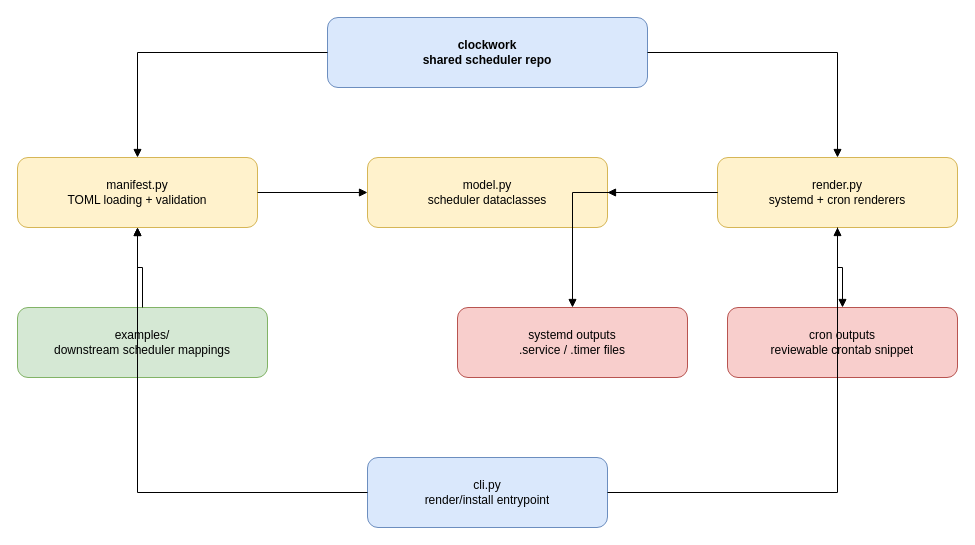
Earlier version of the draw.io diagram docs/diagrams/repo-architecture.drawio (casonk/tachometer). Source tidied: cells renumbered, new cells numbered last; positions are measured from the earlier drawing's top-left corner, leaving out a move shared by most shapes. Both pictures are drawn from the tidied source at 100%, with x=0, y=0 at pixel (17, 17).
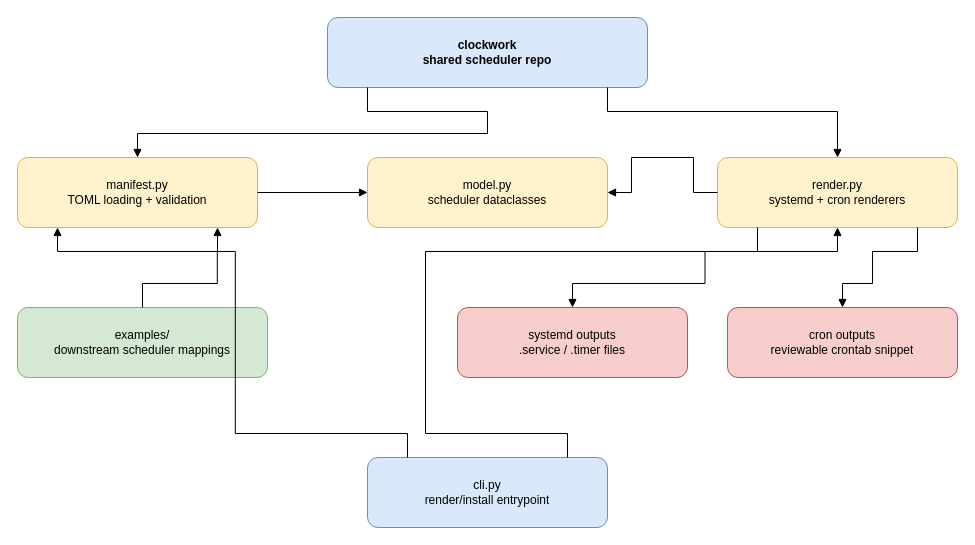
The same diagram, later.

Unchanged cells that the change refers to:
```xml
<mxCell id="2" value="clockwork&#10;shared scheduler repo" style="rounded=1;whiteSpace=wrap;html=1;overflow=hidden;fillColor=#dae8fc;strokeColor=#6c8ebf;fontStyle=1;" parent="1" vertex="1">
  <mxGeometry x="310" width="320" height="70" as="geometry" />
</mxCell>
<mxCell id="3" value="manifest.py&#10;TOML loading + validation" style="rounded=1;whiteSpace=wrap;html=1;overflow=hidden;fillColor=#fff2cc;strokeColor=#d6b656;" parent="1" vertex="1">
  <mxGeometry y="140" width="240" height="70" as="geometry" />
</mxCell>
<mxCell id="4" value="model.py&#10;scheduler dataclasses" style="rounded=1;whiteSpace=wrap;html=1;overflow=hidden;fillColor=#fff2cc;strokeColor=#d6b656;" parent="1" vertex="1">
  <mxGeometry x="350" y="140" width="240" height="70" as="geometry" />
</mxCell>
<mxCell id="5" value="render.py&#10;systemd + cron renderers" style="rounded=1;whiteSpace=wrap;html=1;overflow=hidden;fillColor=#fff2cc;strokeColor=#d6b656;" parent="1" vertex="1">
  <mxGeometry x="700" y="140" width="240" height="70" as="geometry" />
</mxCell>
<mxCell id="6" value="examples/&#10;downstream scheduler mappings" style="rounded=1;whiteSpace=wrap;html=1;overflow=hidden;fillColor=#d5e8d4;strokeColor=#82b366;" parent="1" vertex="1">
  <mxGeometry y="290" width="250" height="70" as="geometry" />
</mxCell>
<mxCell id="7" value="systemd outputs&#10;.service / .timer files" style="rounded=1;whiteSpace=wrap;html=1;overflow=hidden;fillColor=#f8cecc;strokeColor=#b85450;" parent="1" vertex="1">
  <mxGeometry x="440" y="290" width="230" height="70" as="geometry" />
</mxCell>
<mxCell id="8" value="cron outputs&#10;reviewable crontab snippet" style="rounded=1;whiteSpace=wrap;html=1;overflow=hidden;fillColor=#f8cecc;strokeColor=#b85450;" parent="1" vertex="1">
  <mxGeometry x="710" y="290" width="230" height="70" as="geometry" />
</mxCell>
<mxCell id="9" value="cli.py&#10;render/install entrypoint" style="rounded=1;whiteSpace=wrap;html=1;overflow=hidden;fillColor=#dae8fc;strokeColor=#6c8ebf;" parent="1" vertex="1">
  <mxGeometry x="350" y="440" width="240" height="70" as="geometry" />
</mxCell>
```

The edit, as a diff of the source:
```diff
@@
-    <mxCell id="10" style="edgeStyle=orthogonalEdgeStyle;rounded=0;jettySize=auto;html=1;endArrow=block;endFill=1;" parent="1" edge="1" source="2" target="3">
-      <mxGeometry relative="1" as="geometry" />
+    <mxCell id="10" style="edgeStyle=orthogonalEdgeStyle;rounded=0;jettySize=auto;html=1;endArrow=block;endFill=1;jumpStyle=arc;jumpSize=10;" parent="1" edge="1" source="2" target="3">
+      <mxGeometry relative="1" as="geometry">
+        <Array as="points">
+          <mxPoint x="350" y="94" />
+          <mxPoint x="470" y="94" />
+          <mxPoint x="470" y="116" />
+          <mxPoint x="120" y="116" />
+        </Array>
+      </mxGeometry>
     </mxCell>
-    <mxCell id="11" style="edgeStyle=orthogonalEdgeStyle;rounded=0;jettySize=auto;html=1;endArrow=block;endFill=1;" parent="1" edge="1" source="2" target="5">
-      <mxGeometry relative="1" as="geometry" />
+    <mxCell id="11" style="edgeStyle=orthogonalEdgeStyle;rounded=0;jettySize=auto;html=1;endArrow=block;endFill=1;jumpStyle=arc;jumpSize=10;" parent="1" edge="1" source="2" target="5">
+      <mxGeometry relative="1" as="geometry">
+        <Array as="points">
+          <mxPoint x="590" y="94" />
+          <mxPoint x="820" y="94" />
+          <mxPoint x="820" y="116" />
+        </Array>
+      </mxGeometry>
     </mxCell>
-    <mxCell id="12" style="edgeStyle=orthogonalEdgeStyle;rounded=0;jettySize=auto;html=1;endArrow=block;endFill=1;" parent="1" edge="1" source="3" target="4">
-      <mxGeometry relative="1" as="geometry" />
+    <mxCell id="12" style="edgeStyle=orthogonalEdgeStyle;rounded=0;jettySize=auto;html=1;endArrow=block;endFill=1;jumpStyle=arc;jumpSize=10;" parent="1" edge="1" source="3" target="4">
+      <mxGeometry relative="1" as="geometry">
+        <Array as="points">
+          <mxPoint x="264" y="175" />
+          <mxPoint x="326" y="175" />
+        </Array>
+      </mxGeometry>
     </mxCell>
-    <mxCell id="13" style="edgeStyle=orthogonalEdgeStyle;rounded=0;jettySize=auto;html=1;endArrow=block;endFill=1;" parent="1" edge="1" source="5" target="4">
-      <mxGeometry relative="1" as="geometry" />
+    <mxCell id="13" style="edgeStyle=orthogonalEdgeStyle;rounded=0;jettySize=auto;html=1;endArrow=block;endFill=1;jumpStyle=arc;jumpSize=10;" parent="1" edge="1" source="5" target="4">
+      <mxGeometry relative="1" as="geometry">
+        <Array as="points">
+          <mxPoint x="676" y="175" />
+          <mxPoint x="676" y="140" />
+          <mxPoint x="614" y="140" />
+          <mxPoint x="614" y="175" />
+        </Array>
+      </mxGeometry>
     </mxCell>
-    <mxCell id="14" style="edgeStyle=orthogonalEdgeStyle;rounded=0;jettySize=auto;html=1;endArrow=block;endFill=1;" parent="1" edge="1" source="6" target="3">
-      <mxGeometry relative="1" as="geometry" />
+    <mxCell id="14" style="edgeStyle=orthogonalEdgeStyle;rounded=0;jettySize=auto;html=1;endArrow=block;endFill=1;jumpStyle=arc;jumpSize=10;" parent="1" edge="1" source="6" target="3">
+      <mxGeometry relative="1" as="geometry">
+        <Array as="points">
+          <mxPoint x="125" y="266" />
+          <mxPoint x="199.8" y="266" />
+          <mxPoint x="199.8" y="234" />
+          <mxPoint x="40" y="234" />
+        </Array>
+      </mxGeometry>
     </mxCell>
-    <mxCell id="15" style="edgeStyle=orthogonalEdgeStyle;rounded=0;jettySize=auto;html=1;endArrow=block;endFill=1;" parent="1" edge="1" source="5" target="7">
-      <mxGeometry relative="1" as="geometry" />
+    <mxCell id="15" style="edgeStyle=orthogonalEdgeStyle;rounded=0;jettySize=auto;html=1;endArrow=block;endFill=1;jumpStyle=arc;jumpSize=10;" parent="1" edge="1" source="5" target="7">
+      <mxGeometry relative="1" as="geometry">
+        <Array as="points">
+          <mxPoint x="740" y="234" />
+          <mxPoint x="687.5" y="234" />
+          <mxPoint x="687.5" y="266" />
+          <mxPoint x="555" y="266" />
+        </Array>
+      </mxGeometry>
     </mxCell>
-    <mxCell id="16" style="edgeStyle=orthogonalEdgeStyle;rounded=0;jettySize=auto;html=1;endArrow=block;endFill=1;" parent="1" edge="1" source="5" target="8">
-      <mxGeometry relative="1" as="geometry" />
+    <mxCell id="16" style="edgeStyle=orthogonalEdgeStyle;rounded=0;jettySize=auto;html=1;endArrow=block;endFill=1;jumpStyle=arc;jumpSize=10;" parent="1" edge="1" source="5" target="8">
+      <mxGeometry relative="1" as="geometry">
+        <Array as="points">
+          <mxPoint x="900" y="234" />
+          <mxPoint x="855" y="234" />
+          <mxPoint x="855" y="266" />
+          <mxPoint x="825" y="266" />
+        </Array>
+      </mxGeometry>
     </mxCell>
-    <mxCell id="17" style="edgeStyle=orthogonalEdgeStyle;rounded=0;jettySize=auto;html=1;endArrow=block;endFill=1;" parent="1" edge="1" source="9" target="3">
-      <mxGeometry relative="1" as="geometry" />
+    <mxCell id="17" style="edgeStyle=orthogonalEdgeStyle;rounded=0;jettySize=auto;html=1;endArrow=block;endFill=1;jumpStyle=arc;jumpSize=10;" parent="1" edge="1" source="9" target="3">
+      <mxGeometry relative="1" as="geometry">
+        <Array as="points">
+          <mxPoint x="390" y="416" />
+          <mxPoint x="217.8" y="416" />
+          <mxPoint x="217.8" y="234" />
+          <mxPoint x="200" y="234" />
+        </Array>
+      </mxGeometry>
     </mxCell>
-    <mxCell id="18" style="edgeStyle=orthogonalEdgeStyle;rounded=0;jettySize=auto;html=1;endArrow=block;endFill=1;" parent="1" edge="1" source="9" target="5">
-      <mxGeometry relative="1" as="geometry" />
+    <mxCell id="18" style="edgeStyle=orthogonalEdgeStyle;rounded=0;jettySize=auto;html=1;endArrow=block;endFill=1;jumpStyle=arc;jumpSize=10;" parent="1" edge="1" source="9" target="5">
+      <mxGeometry relative="1" as="geometry">
+        <Array as="points">
+          <mxPoint x="550" y="416" />
+          <mxPoint x="408" y="416" />
+          <mxPoint x="408" y="234" />
+          <mxPoint x="820" y="234" />
+        </Array>
+      </mxGeometry>
     </mxCell>
```
